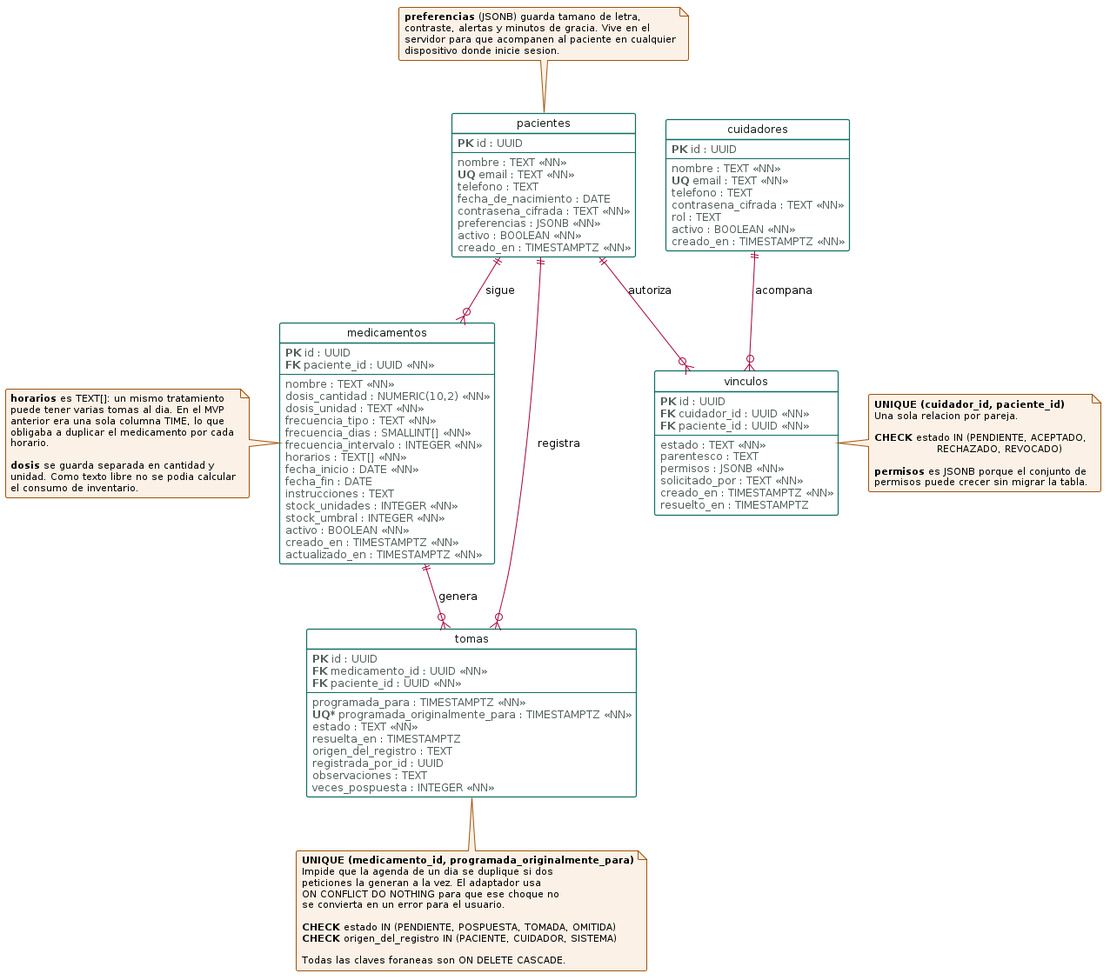
The PlantUML diagram docs/diagramas/08-entidad-relacion.png in EmmanuelC06/Chronova, before a commit. Its source is kept beside it as docs/diagramas/fuentes/08-entidad-relacion.puml. Source of this version:
```plantuml
@startuml entidad-relacion

skinparam backgroundColor #FFFFFF
skinparam shadowing false
skinparam defaultFontName Helvetica
skinparam defaultFontSize 12
skinparam roundcorner 4

skinparam class {
  BorderColor #0E6E62
  BackgroundColor #FFFFFF
  HeaderBackgroundColor #DDEDE9
  FontColor #101817
  AttributeFontColor #4E5C59
  BorderThickness 1.2
}
skinparam note {
  BorderColor #A0530A
  BackgroundColor #FBF1E6
  FontSize 11
}

hide circle
hide methods

entity "pacientes" as pacientes {
  <b>PK</b> id : UUID
  --
  nombre : TEXT <<NN>>
  <b>UQ</b> email : TEXT <<NN>>
  telefono : TEXT
  fecha_de_nacimiento : DATE
  contrasena_cifrada : TEXT <<NN>>
  preferencias : JSONB <<NN>>
  activo : BOOLEAN <<NN>>
  creado_en : TIMESTAMPTZ <<NN>>
}

entity "cuidadores" as cuidadores {
  <b>PK</b> id : UUID
  --
  nombre : TEXT <<NN>>
  <b>UQ</b> email : TEXT <<NN>>
  telefono : TEXT
  contrasena_cifrada : TEXT <<NN>>
  rol : TEXT
  activo : BOOLEAN <<NN>>
  creado_en : TIMESTAMPTZ <<NN>>
}

entity "medicamentos" as medicamentos {
  <b>PK</b> id : UUID
  <b>FK</b> paciente_id : UUID <<NN>>
  --
  nombre : TEXT <<NN>>
  dosis_cantidad : NUMERIC(10,2) <<NN>>
  dosis_unidad : TEXT <<NN>>
  frecuencia_tipo : TEXT <<NN>>
  frecuencia_dias : SMALLINT[] <<NN>>
  frecuencia_intervalo : INTEGER <<NN>>
  horarios : TEXT[] <<NN>>
  fecha_inicio : DATE <<NN>>
  fecha_fin : DATE
  instrucciones : TEXT
  stock_unidades : INTEGER <<NN>>
  stock_umbral : INTEGER <<NN>>
  activo : BOOLEAN <<NN>>
  creado_en : TIMESTAMPTZ <<NN>>
  actualizado_en : TIMESTAMPTZ <<NN>>
}

entity "tomas" as tomas {
  <b>PK</b> id : UUID
  <b>FK</b> medicamento_id : UUID <<NN>>
  <b>FK</b> paciente_id : UUID <<NN>>
  --
  programada_para : TIMESTAMPTZ <<NN>>
  <b>UQ*</b> programada_originalmente_para : TIMESTAMPTZ <<NN>>
  estado : TEXT <<NN>>
  resuelta_en : TIMESTAMPTZ
  origen_del_registro : TEXT
  registrada_por_id : UUID
  observaciones : TEXT
  veces_pospuesta : INTEGER <<NN>>
}

entity "vinculos" as vinculos {
  <b>PK</b> id : UUID
  <b>FK</b> cuidador_id : UUID <<NN>>
  <b>FK</b> paciente_id : UUID <<NN>>
  --
  estado : TEXT <<NN>>
  parentesco : TEXT
  permisos : JSONB <<NN>>
  solicitado_por : TEXT <<NN>>
  creado_en : TIMESTAMPTZ <<NN>>
  resuelto_en : TIMESTAMPTZ
}

pacientes ||--o{ medicamentos : "sigue"
pacientes ||--o{ tomas : "registra"
medicamentos ||--o{ tomas : "genera"
pacientes ||--o{ vinculos : "autoriza"
cuidadores ||--o{ vinculos : "acompana"

note bottom of tomas
  <b>UNIQUE (medicamento_id, programada_originalmente_para)</b>
  Impide que la agenda de un dia se duplique si dos
  peticiones la generan a la vez. El adaptador usa
  ON CONFLICT DO NOTHING para que ese choque no
  se convierta en un error para el usuario.

  <b>CHECK</b> estado IN (PENDIENTE, POSPUESTA, TOMADA, OMITIDA)
  <b>CHECK</b> origen_del_registro IN (PACIENTE, CUIDADOR, SISTEMA)

  Todas las claves foraneas son ON DELETE CASCADE.
end note

note right of vinculos
  <b>UNIQUE (cuidador_id, paciente_id)</b>
  Una sola relacion por pareja.

  <b>CHECK</b> estado IN (PENDIENTE, ACEPTADO,
                    RECHAZADO, REVOCADO)

  <b>permisos</b> es JSONB porque el conjunto de
  permisos puede crecer sin migrar la tabla.
end note

note left of medicamentos
  <b>horarios</b> es TEXT[]: un mismo tratamiento
  puede tener varias tomas al dia. En el MVP
  anterior era una sola columna TIME, lo que
  obligaba a duplicar el medicamento por cada
  horario.

  <b>dosis</b> se guarda separada en cantidad y
  unidad. Como texto libre no se podia calcular
  el consumo de inventario.
end note

note top of pacientes
  <b>preferencias</b> (JSONB) guarda tamano de letra,
  contraste, alertas y minutos de gracia. Vive en el
  servidor para que acompanen al paciente en cualquier
  dispositivo donde inicie sesion.
end note

@enduml
```
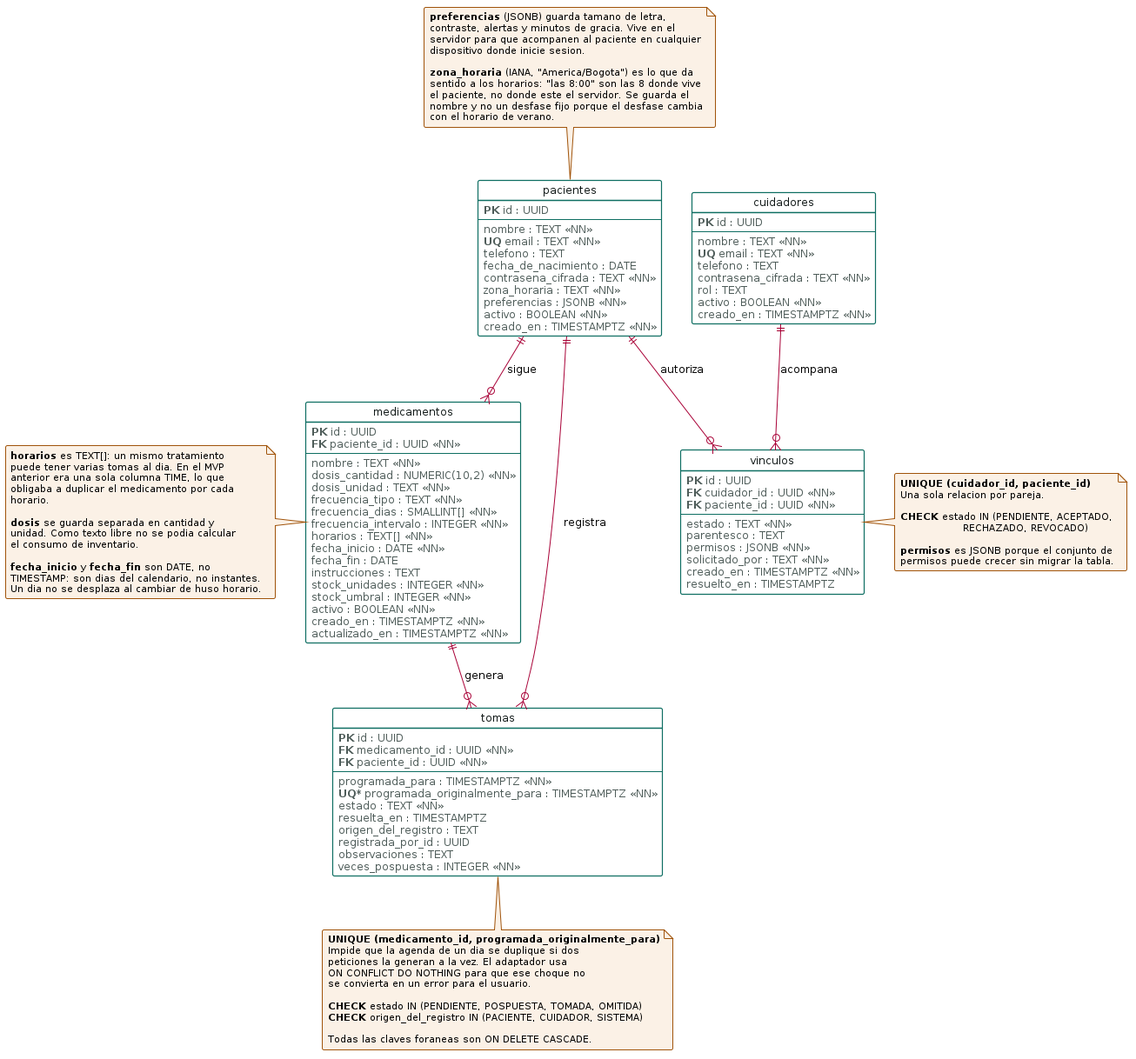
The same diagram one commit later.

What changed in the source:
```diff
@@ -31,6 +31,7 @@
   telefono : TEXT
   fecha_de_nacimiento : DATE
   contrasena_cifrada : TEXT <<NN>>
+  zona_horaria : TEXT <<NN>>
   preferencias : JSONB <<NN>>
   activo : BOOLEAN <<NN>>
   creado_en : TIMESTAMPTZ <<NN>>
@@ -137,6 +138,10 @@
   <b>dosis</b> se guarda separada en cantidad y
   unidad. Como texto libre no se podia calcular
   el consumo de inventario.
+
+  <b>fecha_inicio</b> y <b>fecha_fin</b> son DATE, no
+  TIMESTAMP: son dias del calendario, no instantes.
+  Un dia no se desplaza al cambiar de huso horario.
 end note
 
 note top of pacientes
@@ -144,6 +149,12 @@
   contraste, alertas y minutos de gracia. Vive en el
   servidor para que acompanen al paciente en cualquier
   dispositivo donde inicie sesion.
+
+  <b>zona_horaria</b> (IANA, "America/Bogota") es lo que da
+  sentido a los horarios: "las 8:00" son las 8 donde vive
+  el paciente, no donde este el servidor. Se guarda el
+  nombre y no un desfase fijo porque el desfase cambia
+  con el horario de verano.
 end note
 
 @enduml
```
